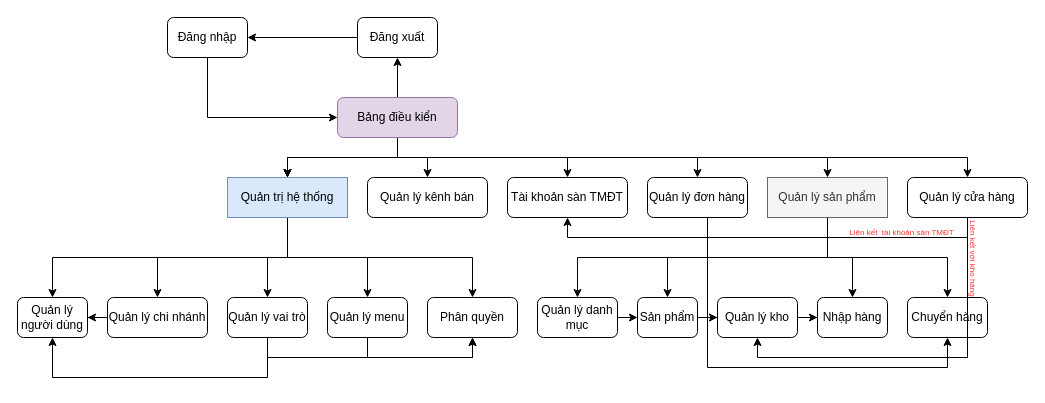
The draw.io diagram Biểu đồ không có tiêu đề.drawio in trieunhd/trieunhd, before the edit. Source tidied: cells renumbered, new cells numbered last; positions are measured from the earlier drawing's top-left corner, leaving out a move shared by most shapes. Both pictures are drawn from the tidied source at 100%, with x=0, y=0 at pixel (17, 17).
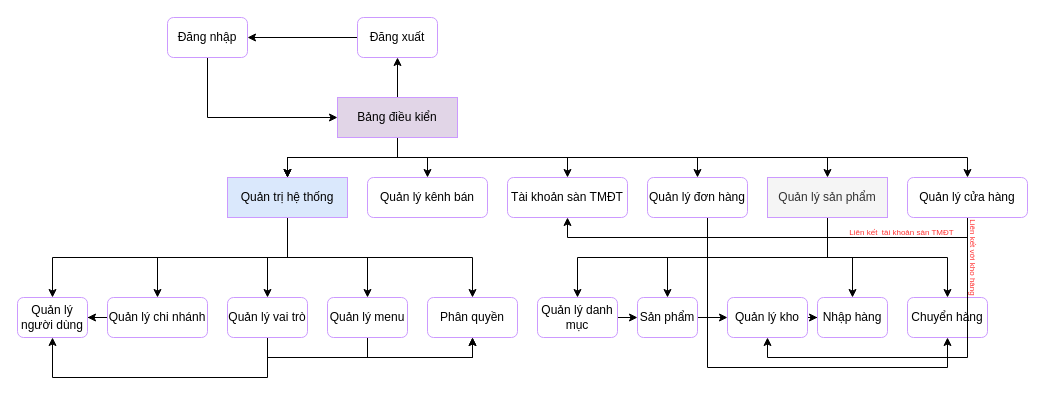
The same diagram, later.

Commit message (it also covers changes not shown here):
Cập nhật Biểu đồ không có tiêu đề.drawio

The edit, as a diff of the source:
```diff
@@
-    <mxCell id="3" value="Đăng nhập" style="rounded=1;whiteSpace=wrap;html=1;" parent="1" vertex="1">
+    <mxCell id="3" value="Đăng nhập" style="rounded=1;whiteSpace=wrap;html=1;strokeColor=#CC99FF;" parent="1" vertex="1">
       <mxGeometry x="150" width="80" height="40" as="geometry" />
     </mxCell>
@@
-    <mxCell id="13" value="Bảng điều kiển" style="rounded=1;whiteSpace=wrap;html=1;fillColor=#e1d5e7;strokeColor=#9673a6;" parent="1" vertex="1">
+    <mxCell id="13" value="Bảng điều kiển" style="rounded=0;whiteSpace=wrap;html=1;fillColor=#e1d5e7;strokeColor=#CC99FF;" parent="1" vertex="1">
       <mxGeometry x="320" y="80" width="120" height="40" as="geometry" />
     </mxCell>
@@
-    <mxCell id="15" value="Đăng xuất" style="rounded=1;whiteSpace=wrap;html=1;" parent="1" vertex="1">
+    <mxCell id="15" value="Đăng xuất" style="rounded=1;whiteSpace=wrap;html=1;strokeColor=#CC99FF;" parent="1" vertex="1">
       <mxGeometry x="340" width="80" height="40" as="geometry" />
     </mxCell>
@@
-    <mxCell id="21" value="Quản trị hệ thống" style="rounded=0;whiteSpace=wrap;html=1;fillColor=#dae8fc;strokeColor=#6c8ebf;" parent="1" vertex="1">
+    <mxCell id="21" value="Quản trị hệ thống" style="rounded=0;whiteSpace=wrap;html=1;fillColor=#dae8fc;strokeColor=#CC99FF;" parent="1" vertex="1">
       <mxGeometry x="210" y="160" width="120" height="40" as="geometry" />
     </mxCell>
-    <mxCell id="22" value="Quản lý kênh bán" style="rounded=1;whiteSpace=wrap;html=1;" parent="1" vertex="1">
+    <mxCell id="22" value="Quản lý kênh bán" style="rounded=1;whiteSpace=wrap;html=1;strokeColor=#CC99FF;" parent="1" vertex="1">
       <mxGeometry x="350" y="160" width="120" height="40" as="geometry" />
     </mxCell>
-    <mxCell id="23" value="Tài khoản sàn TMĐT" style="rounded=1;whiteSpace=wrap;html=1;" parent="1" vertex="1">
+    <mxCell id="23" value="Tài khoản sàn TMĐT" style="rounded=1;whiteSpace=wrap;html=1;strokeColor=#CC99FF;" parent="1" vertex="1">
       <mxGeometry x="490" y="160" width="120" height="40" as="geometry" />
     </mxCell>
@@
-    <mxCell id="25" value="Quản lý chi nhánh" style="rounded=1;whiteSpace=wrap;html=1;" parent="1" vertex="1">
+    <mxCell id="25" value="Quản lý chi nhánh" style="rounded=1;whiteSpace=wrap;html=1;strokeColor=#CC99FF;" parent="1" vertex="1">
       <mxGeometry x="90" y="280" width="100" height="40" as="geometry" />
     </mxCell>
@@
-    <mxCell id="28" value="Quản lý vai trò" style="rounded=1;whiteSpace=wrap;html=1;" parent="1" vertex="1">
+    <mxCell id="28" value="Quản lý vai trò" style="rounded=1;whiteSpace=wrap;html=1;strokeColor=#CC99FF;" parent="1" vertex="1">
       <mxGeometry x="210" y="280" width="80" height="40" as="geometry" />
     </mxCell>
@@
-    <mxCell id="30" value="Quản lý menu" style="rounded=1;whiteSpace=wrap;html=1;" parent="1" vertex="1">
+    <mxCell id="30" value="Quản lý menu" style="rounded=1;whiteSpace=wrap;html=1;strokeColor=#CC99FF;" parent="1" vertex="1">
       <mxGeometry x="310" y="280" width="80" height="40" as="geometry" />
     </mxCell>
-    <mxCell id="31" value="Phân quyền" style="rounded=1;whiteSpace=wrap;html=1;" parent="1" vertex="1">
+    <mxCell id="31" value="Phân quyền" style="rounded=1;whiteSpace=wrap;html=1;strokeColor=#CC99FF;" parent="1" vertex="1">
       <mxGeometry x="410" y="280" width="90" height="40" as="geometry" />
     </mxCell>
-    <mxCell id="32" value="Quản lý người dùng" style="rounded=1;whiteSpace=wrap;html=1;" parent="1" vertex="1">
+    <mxCell id="32" value="Quản lý người dùng" style="rounded=1;whiteSpace=wrap;html=1;strokeColor=#CC99FF;" parent="1" vertex="1">
       <mxGeometry y="280" width="70" height="40" as="geometry" />
     </mxCell>
@@
-    <mxCell id="34" value="Quản lý đơn hàng" style="rounded=1;whiteSpace=wrap;html=1;" parent="1" vertex="1">
+    <mxCell id="34" value="Quản lý đơn hàng" style="rounded=1;whiteSpace=wrap;html=1;strokeColor=#CC99FF;" parent="1" vertex="1">
       <mxGeometry x="630" y="160" width="100" height="40" as="geometry" />
     </mxCell>
@@
-    <mxCell id="39" value="Quản lý sản phẩm" style="rounded=0;whiteSpace=wrap;html=1;fillColor=#f5f5f5;fontColor=#333333;strokeColor=#666666;" parent="1" vertex="1">
+    <mxCell id="39" value="Quản lý sản phẩm" style="rounded=0;whiteSpace=wrap;html=1;fillColor=#f5f5f5;fontColor=#333333;strokeColor=#CC99FF;" parent="1" vertex="1">
       <mxGeometry x="750" y="160" width="120" height="40" as="geometry" />
     </mxCell>
@@
-    <mxCell id="41" value="Quản lý danh mục" style="rounded=1;whiteSpace=wrap;html=1;" parent="1" vertex="1">
+    <mxCell id="41" value="Quản lý danh mục" style="rounded=1;whiteSpace=wrap;html=1;strokeColor=#CC99FF;" parent="1" vertex="1">
       <mxGeometry x="520" y="280" width="80" height="40" as="geometry" />
     </mxCell>
@@
-    <mxCell id="43" value="Sản phẩm" style="rounded=1;whiteSpace=wrap;html=1;" parent="1" vertex="1">
+    <mxCell id="43" value="Sản phẩm" style="rounded=1;whiteSpace=wrap;html=1;strokeColor=#CC99FF;" parent="1" vertex="1">
       <mxGeometry x="620" y="280" width="60" height="40" as="geometry" />
     </mxCell>
@@
-    <mxCell id="45" value="Quản lý kho" style="rounded=1;whiteSpace=wrap;html=1;" parent="1" vertex="1">
-      <mxGeometry x="700" y="280" width="80" height="40" as="geometry" />
+    <mxCell id="45" value="Quản lý kho" style="rounded=1;whiteSpace=wrap;html=1;strokeColor=#CC99FF;" parent="1" vertex="1">
+      <mxGeometry x="710" y="280" width="80" height="40" as="geometry" />
     </mxCell>
-    <mxCell id="46" value="Nhập hàng" style="rounded=1;whiteSpace=wrap;html=1;" parent="1" vertex="1">
+    <mxCell id="46" value="Nhập hàng" style="rounded=1;whiteSpace=wrap;html=1;strokeColor=#CC99FF;" parent="1" vertex="1">
       <mxGeometry x="800" y="280" width="70" height="40" as="geometry" />
     </mxCell>
-    <mxCell id="47" value="Chuyển hàng" style="rounded=1;whiteSpace=wrap;html=1;" parent="1" vertex="1">
+    <mxCell id="47" value="Chuyển hàng" style="rounded=1;whiteSpace=wrap;html=1;strokeColor=#CC99FF;" parent="1" vertex="1">
       <mxGeometry x="890" y="280" width="80" height="40" as="geometry" />
     </mxCell>
@@
-    <mxCell id="52" value="Quản lý cửa hàng" style="rounded=1;whiteSpace=wrap;html=1;" parent="1" vertex="1">
+    <mxCell id="52" value="Quản lý cửa hàng" style="rounded=1;whiteSpace=wrap;html=1;strokeColor=#CC99FF;" parent="1" vertex="1">
       <mxGeometry x="890" y="160" width="120" height="40" as="geometry" />
     </mxCell>
```
